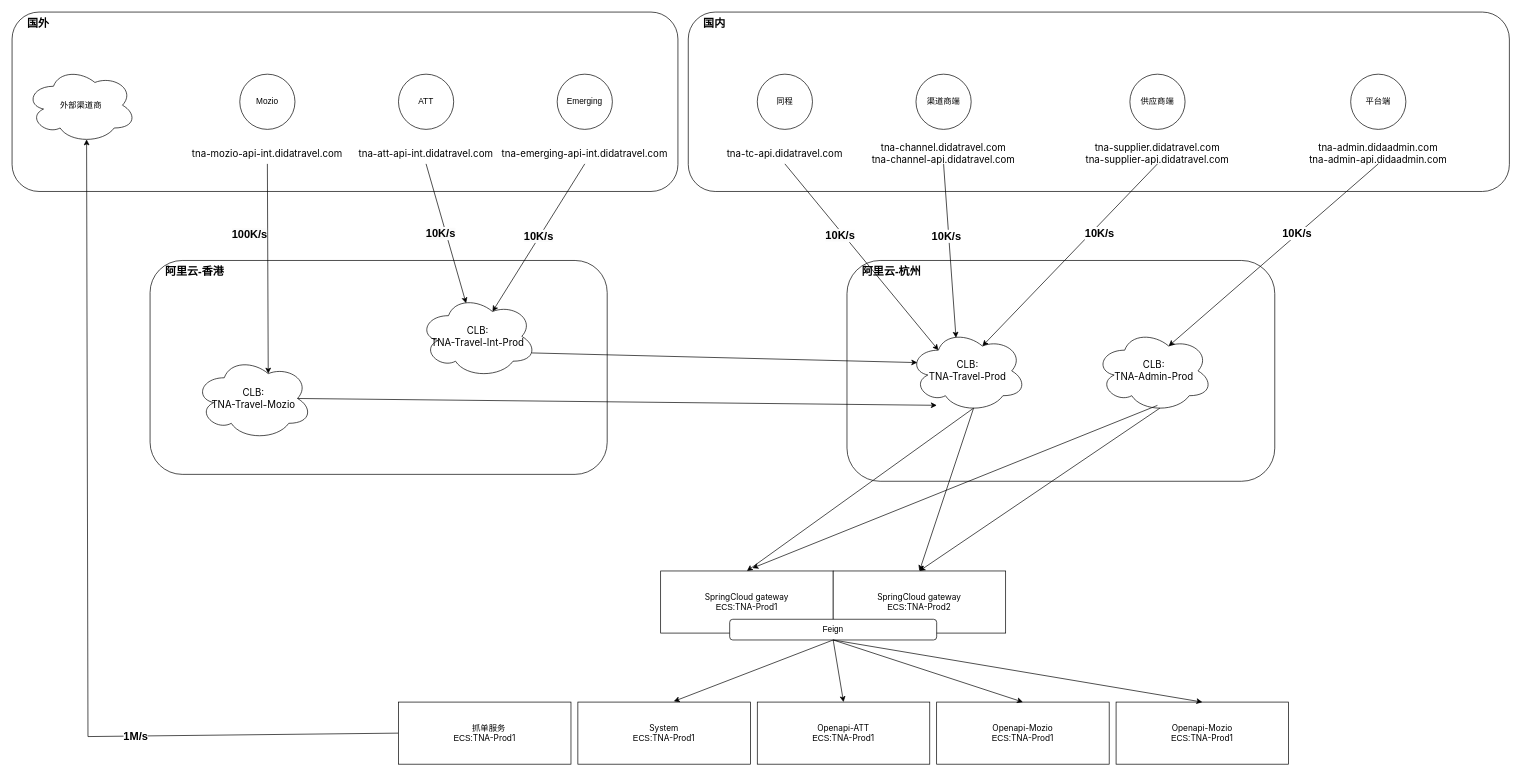
Earlier version of the draw.io diagram images/网络拓扑图.drawio (youngsapling/kappak). Source tidied: cells renumbered, new cells numbered last; positions are measured from the earlier drawing's top-left corner, leaving out a move shared by most shapes. Both pictures are drawn from the tidied source at 69%, with x=0, y=0 at pixel (12, 12).
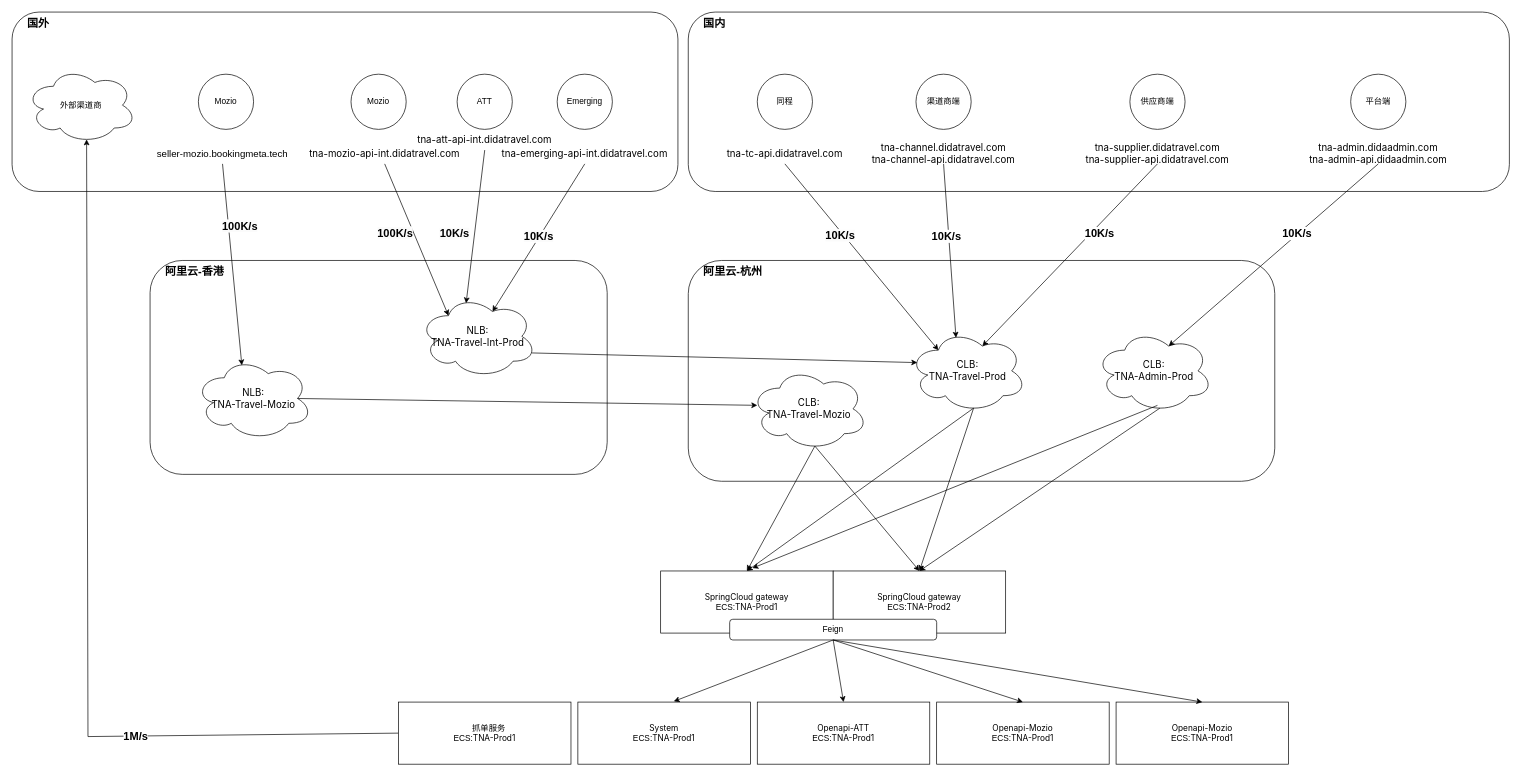
After the change.

Commit message:
更新网络拓扑图.drawio

Unchanged cells that the change refers to:
```xml
<mxCell id="33" value="&lt;div&gt;&lt;span style=&quot;font-family: -apple-system, BlinkMacSystemFont, &amp;quot;Segoe UI&amp;quot;, &amp;quot;PingFang SC&amp;quot;, &amp;quot;Hiragino Sans GB&amp;quot;, &amp;quot;Microsoft YaHei&amp;quot;, &amp;quot;Helvetica Neue&amp;quot;, Helvetica, Arial, sans-serif; text-align: start; white-space: pre;&quot;&gt;SpringCloud gateway&lt;/span&gt;&lt;br&gt;&lt;/div&gt;ECS:&lt;span style=&quot;font-family: -apple-system, BlinkMacSystemFont, &amp;quot;Segoe UI&amp;quot;, &amp;quot;PingFang SC&amp;quot;, &amp;quot;Hiragino Sans GB&amp;quot;, &amp;quot;Microsoft YaHei&amp;quot;, &amp;quot;Helvetica Neue&amp;quot;, Helvetica, Arial, sans-serif; text-align: start; white-space: pre;&quot;&gt;TNA-Prod1&lt;/span&gt;" style="rounded=0;whiteSpace=wrap;html=1;" parent="1" vertex="1">
  <mxGeometry x="940" y="810" width="250" height="90" as="geometry" />
</mxCell>
<mxCell id="34" value="&lt;div&gt;&lt;span style=&quot;font-family: -apple-system, BlinkMacSystemFont, &amp;quot;Segoe UI&amp;quot;, &amp;quot;PingFang SC&amp;quot;, &amp;quot;Hiragino Sans GB&amp;quot;, &amp;quot;Microsoft YaHei&amp;quot;, &amp;quot;Helvetica Neue&amp;quot;, Helvetica, Arial, sans-serif; text-align: start; white-space: pre;&quot;&gt;SpringCloud gateway&lt;/span&gt;&lt;br&gt;&lt;/div&gt;ECS:&lt;span style=&quot;font-family: -apple-system, BlinkMacSystemFont, &amp;quot;Segoe UI&amp;quot;, &amp;quot;PingFang SC&amp;quot;, &amp;quot;Hiragino Sans GB&amp;quot;, &amp;quot;Microsoft YaHei&amp;quot;, &amp;quot;Helvetica Neue&amp;quot;, Helvetica, Arial, sans-serif; text-align: start; white-space: pre;&quot;&gt;TNA-Prod2&lt;/span&gt;" style="rounded=0;whiteSpace=wrap;html=1;" parent="1" vertex="1">
  <mxGeometry x="1190" y="810" width="250" height="90" as="geometry" />
</mxCell>
```

What changed in the source:
```diff
@@
     <mxCell id="2" value="&lt;font style=&quot;font-size: 16px;&quot;&gt;&lt;b&gt;阿里云-杭州&lt;/b&gt;&lt;/font&gt;" style="rounded=1;whiteSpace=wrap;html=1;align=left;verticalAlign=top;spacingLeft=20;" parent="1" vertex="1">
-      <mxGeometry x="1210" y="360" width="620" height="320" as="geometry" />
+      <mxGeometry x="980" y="360" width="850" height="320" as="geometry" />
     </mxCell>
@@
     <mxCell id="6" value="Mozio" style="ellipse;whiteSpace=wrap;html=1;" parent="1" vertex="1">
-      <mxGeometry x="330" y="90" width="80" height="80" as="geometry" />
+      <mxGeometry x="491.2" y="90" width="80" height="80" as="geometry" />
     </mxCell>
     <mxCell id="7" value="ATT" style="ellipse;whiteSpace=wrap;html=1;" parent="1" vertex="1">
-      <mxGeometry x="560" y="90" width="80" height="80" as="geometry" />
+      <mxGeometry x="645" y="90" width="80" height="80" as="geometry" />
     </mxCell>
@@
     <mxCell id="18" value="&lt;div style=&quot;font-size: 14px;&quot;&gt;&lt;div style=&quot;white-space: pre;&quot;&gt;&lt;span style=&quot;font-family: MonospacedNumber, LarkHackSafariFont, LarkEmojiFont, LarkChineseQuote, -apple-system, BlinkMacSystemFont, &amp;quot;Helvetica Neue&amp;quot;, Tahoma, &amp;quot;PingFang SC&amp;quot;, &amp;quot;Microsoft Yahei&amp;quot;, Arial, &amp;quot;Hiragino Sans GB&amp;quot;, sans-serif, &amp;quot;Apple Color Emoji&amp;quot;, &amp;quot;Segoe UI Emoji&amp;quot;, &amp;quot;Segoe UI Symbol&amp;quot;, &amp;quot;Noto Color Emoji&amp;quot;; background-color: initial;&quot;&gt;tna-att-api-int&lt;/span&gt;&lt;span style=&quot;background-color: initial; font-family: MonospacedNumber, LarkHackSafariFont, LarkEmojiFont, LarkChineseQuote, -apple-system, BlinkMacSystemFont, &amp;quot;Helvetica Neue&amp;quot;, Tahoma, &amp;quot;PingFang SC&amp;quot;, &amp;quot;Microsoft Yahei&amp;quot;, Arial, &amp;quot;Hiragino Sans GB&amp;quot;, sans-serif, &amp;quot;Apple Color Emoji&amp;quot;, &amp;quot;Segoe UI Emoji&amp;quot;, &amp;quot;Segoe UI Symbol&amp;quot;, &amp;quot;Noto Color Emoji&amp;quot;;&quot;&gt;.&lt;/span&gt;&lt;span style=&quot;background-color: initial; font-family: MonospacedNumber, LarkHackSafariFont, LarkEmojiFont, LarkChineseQuote, -apple-system, BlinkMacSystemFont, &amp;quot;Helvetica Neue&amp;quot;, Tahoma, &amp;quot;PingFang SC&amp;quot;, &amp;quot;Microsoft Yahei&amp;quot;, Arial, &amp;quot;Hiragino Sans GB&amp;quot;, sans-serif, &amp;quot;Apple Color Emoji&amp;quot;, &amp;quot;Segoe UI Emoji&amp;quot;, &amp;quot;Segoe UI Symbol&amp;quot;, &amp;quot;Noto Color Emoji&amp;quot;;&quot;&gt;didatravel.com&lt;/span&gt;&lt;br&gt;&lt;/div&gt;&lt;/div&gt;" style="text;html=1;align=center;verticalAlign=middle;whiteSpace=wrap;rounded=0;" parent="1" vertex="1">
-      <mxGeometry x="495" y="190" width="210" height="30" as="geometry" />
+      <mxGeometry x="580" y="170" width="210" height="30" as="geometry" />
     </mxCell>
     <mxCell id="19" value="&lt;div style=&quot;font-size: 14px;&quot;&gt;&lt;div style=&quot;white-space: pre;&quot;&gt;&lt;span style=&quot;font-family: MonospacedNumber, LarkHackSafariFont, LarkEmojiFont, LarkChineseQuote, -apple-system, BlinkMacSystemFont, &amp;quot;Helvetica Neue&amp;quot;, Tahoma, &amp;quot;PingFang SC&amp;quot;, &amp;quot;Microsoft Yahei&amp;quot;, Arial, &amp;quot;Hiragino Sans GB&amp;quot;, sans-serif, &amp;quot;Apple Color Emoji&amp;quot;, &amp;quot;Segoe UI Emoji&amp;quot;, &amp;quot;Segoe UI Symbol&amp;quot;, &amp;quot;Noto Color Emoji&amp;quot;; background-color: initial;&quot;&gt;tna-mozio-api-int&lt;/span&gt;&lt;span style=&quot;background-color: initial; font-family: MonospacedNumber, LarkHackSafariFont, LarkEmojiFont, LarkChineseQuote, -apple-system, BlinkMacSystemFont, &amp;quot;Helvetica Neue&amp;quot;, Tahoma, &amp;quot;PingFang SC&amp;quot;, &amp;quot;Microsoft Yahei&amp;quot;, Arial, &amp;quot;Hiragino Sans GB&amp;quot;, sans-serif, &amp;quot;Apple Color Emoji&amp;quot;, &amp;quot;Segoe UI Emoji&amp;quot;, &amp;quot;Segoe UI Symbol&amp;quot;, &amp;quot;Noto Color Emoji&amp;quot;;&quot;&gt;.&lt;/span&gt;&lt;span style=&quot;background-color: initial; font-family: MonospacedNumber, LarkHackSafariFont, LarkEmojiFont, LarkChineseQuote, -apple-system, BlinkMacSystemFont, &amp;quot;Helvetica Neue&amp;quot;, Tahoma, &amp;quot;PingFang SC&amp;quot;, &amp;quot;Microsoft Yahei&amp;quot;, Arial, &amp;quot;Hiragino Sans GB&amp;quot;, sans-serif, &amp;quot;Apple Color Emoji&amp;quot;, &amp;quot;Segoe UI Emoji&amp;quot;, &amp;quot;Segoe UI Symbol&amp;quot;, &amp;quot;Noto Color Emoji&amp;quot;;&quot;&gt;didatravel.com&lt;/span&gt;&lt;br&gt;&lt;/div&gt;&lt;/div&gt;" style="text;html=1;align=center;verticalAlign=middle;whiteSpace=wrap;rounded=0;" parent="1" vertex="1">
-      <mxGeometry x="265" y="190" width="210" height="30" as="geometry" />
+      <mxGeometry x="435" y="190" width="210" height="30" as="geometry" />
     </mxCell>
@@
-    <mxCell id="22" value="&lt;div style=&quot;font-size: 14px;&quot;&gt;&lt;div style=&quot;white-space: pre;&quot;&gt;&lt;div&gt;&lt;div&gt;&lt;div&gt;&lt;span style=&quot;font-family: MonospacedNumber, LarkHackSafariFont, LarkEmojiFont, LarkChineseQuote, -apple-system, BlinkMacSystemFont, &amp;quot;Helvetica Neue&amp;quot;, Tahoma, &amp;quot;PingFang SC&amp;quot;, &amp;quot;Microsoft Yahei&amp;quot;, Arial, &amp;quot;Hiragino Sans GB&amp;quot;, sans-serif, &amp;quot;Apple Color Emoji&amp;quot;, &amp;quot;Segoe UI Emoji&amp;quot;, &amp;quot;Segoe UI Symbol&amp;quot;, &amp;quot;Noto Color Emoji&amp;quot;;&quot;&gt;CLB:&lt;/span&gt;&lt;/div&gt;&lt;div&gt;&lt;span style=&quot;font-family: MonospacedNumber, LarkHackSafariFont, LarkEmojiFont, LarkChineseQuote, -apple-system, BlinkMacSystemFont, &amp;quot;Helvetica Neue&amp;quot;, Tahoma, &amp;quot;PingFang SC&amp;quot;, &amp;quot;Microsoft Yahei&amp;quot;, Arial, &amp;quot;Hiragino Sans GB&amp;quot;, sans-serif, &amp;quot;Apple Color Emoji&amp;quot;, &amp;quot;Segoe UI Emoji&amp;quot;, &amp;quot;Segoe UI Symbol&amp;quot;, &amp;quot;Noto Color Emoji&amp;quot;;&quot;&gt;TNA-Travel-Int-Prod&lt;/span&gt;&lt;/div&gt;&lt;/div&gt;&lt;/div&gt;&lt;/div&gt;&lt;/div&gt;" style="ellipse;shape=cloud;whiteSpace=wrap;html=1;" parent="1" vertex="1">
+    <mxCell id="22" value="&lt;div style=&quot;font-size: 14px;&quot;&gt;&lt;div style=&quot;white-space: pre;&quot;&gt;&lt;div&gt;&lt;div&gt;&lt;div&gt;&lt;span style=&quot;font-family: MonospacedNumber, LarkHackSafariFont, LarkEmojiFont, LarkChineseQuote, -apple-system, BlinkMacSystemFont, &amp;quot;Helvetica Neue&amp;quot;, Tahoma, &amp;quot;PingFang SC&amp;quot;, &amp;quot;Microsoft Yahei&amp;quot;, Arial, &amp;quot;Hiragino Sans GB&amp;quot;, sans-serif, &amp;quot;Apple Color Emoji&amp;quot;, &amp;quot;Segoe UI Emoji&amp;quot;, &amp;quot;Segoe UI Symbol&amp;quot;, &amp;quot;Noto Color Emoji&amp;quot;;&quot;&gt;NLB:&lt;/span&gt;&lt;/div&gt;&lt;div&gt;&lt;span style=&quot;font-family: MonospacedNumber, LarkHackSafariFont, LarkEmojiFont, LarkChineseQuote, -apple-system, BlinkMacSystemFont, &amp;quot;Helvetica Neue&amp;quot;, Tahoma, &amp;quot;PingFang SC&amp;quot;, &amp;quot;Microsoft Yahei&amp;quot;, Arial, &amp;quot;Hiragino Sans GB&amp;quot;, sans-serif, &amp;quot;Apple Color Emoji&amp;quot;, &amp;quot;Segoe UI Emoji&amp;quot;, &amp;quot;Segoe UI Symbol&amp;quot;, &amp;quot;Noto Color Emoji&amp;quot;;&quot;&gt;TNA-Travel-Int-Prod&lt;/span&gt;&lt;/div&gt;&lt;/div&gt;&lt;/div&gt;&lt;/div&gt;&lt;/div&gt;" style="ellipse;shape=cloud;whiteSpace=wrap;html=1;" parent="1" vertex="1">
       <mxGeometry x="590" y="410" width="170" height="120" as="geometry" />
     </mxCell>
@@
-    <mxCell id="30" style="endArrow=classic;html=1;rounded=0;exitX=0.5;exitY=1;exitDx=0;exitDy=0;entryX=0.625;entryY=0.2;entryDx=0;entryDy=0;entryPerimeter=0;" parent="1" edge="1" source="19" target="32">
+    <mxCell id="30" style="endArrow=classic;html=1;rounded=0;exitX=0.5;exitY=1;exitDx=0;exitDy=0;entryX=0.25;entryY=0.25;entryDx=0;entryDy=0;entryPerimeter=0;" parent="1" edge="1" source="19" target="22">
       <mxGeometry relative="1" as="geometry" />
     </mxCell>
     <mxCell id="31" value="&lt;span style=&quot;font-size: 16px; text-wrap: wrap; background-color: rgb(251, 251, 251);&quot;&gt;100K/s&lt;/span&gt;" style="edgeLabel;html=1;align=center;verticalAlign=middle;fontSize=16;fontStyle=1;" parent="30" vertex="1">
       <mxGeometry x="-0.1" y="-3" relative="1" as="geometry">
-        <mxPoint x="-24" y="-36" as="offset" />
+        <mxPoint x="-24" as="offset" />
       </mxGeometry>
     </mxCell>
-    <mxCell id="32" value="&lt;div style=&quot;font-size: 14px;&quot;&gt;&lt;div style=&quot;white-space: pre;&quot;&gt;&lt;div&gt;&lt;div&gt;&lt;div&gt;&lt;span style=&quot;font-family: MonospacedNumber, LarkHackSafariFont, LarkEmojiFont, LarkChineseQuote, -apple-system, BlinkMacSystemFont, &amp;quot;Helvetica Neue&amp;quot;, Tahoma, &amp;quot;PingFang SC&amp;quot;, &amp;quot;Microsoft Yahei&amp;quot;, Arial, &amp;quot;Hiragino Sans GB&amp;quot;, sans-serif, &amp;quot;Apple Color Emoji&amp;quot;, &amp;quot;Segoe UI Emoji&amp;quot;, &amp;quot;Segoe UI Symbol&amp;quot;, &amp;quot;Noto Color Emoji&amp;quot;;&quot;&gt;CLB:&lt;/span&gt;&lt;/div&gt;&lt;div&gt;&lt;span style=&quot;font-family: MonospacedNumber, LarkHackSafariFont, LarkEmojiFont, LarkChineseQuote, -apple-system, BlinkMacSystemFont, &amp;quot;Helvetica Neue&amp;quot;, Tahoma, &amp;quot;PingFang SC&amp;quot;, &amp;quot;Microsoft Yahei&amp;quot;, Arial, &amp;quot;Hiragino Sans GB&amp;quot;, sans-serif, &amp;quot;Apple Color Emoji&amp;quot;, &amp;quot;Segoe UI Emoji&amp;quot;, &amp;quot;Segoe UI Symbol&amp;quot;, &amp;quot;Noto Color Emoji&amp;quot;;&quot;&gt;TNA-Travel-Mozio&lt;/span&gt;&lt;/div&gt;&lt;/div&gt;&lt;/div&gt;&lt;/div&gt;&lt;/div&gt;" style="ellipse;shape=cloud;whiteSpace=wrap;html=1;" parent="1" vertex="1">
+    <mxCell id="32" value="&lt;div style=&quot;font-size: 14px;&quot;&gt;&lt;div style=&quot;white-space: pre;&quot;&gt;&lt;div&gt;&lt;div&gt;&lt;div&gt;&lt;span style=&quot;font-family: MonospacedNumber, LarkHackSafariFont, LarkEmojiFont, LarkChineseQuote, -apple-system, BlinkMacSystemFont, &amp;quot;Helvetica Neue&amp;quot;, Tahoma, &amp;quot;PingFang SC&amp;quot;, &amp;quot;Microsoft Yahei&amp;quot;, Arial, &amp;quot;Hiragino Sans GB&amp;quot;, sans-serif, &amp;quot;Apple Color Emoji&amp;quot;, &amp;quot;Segoe UI Emoji&amp;quot;, &amp;quot;Segoe UI Symbol&amp;quot;, &amp;quot;Noto Color Emoji&amp;quot;;&quot;&gt;NLB:&lt;/span&gt;&lt;/div&gt;&lt;div&gt;&lt;span style=&quot;font-family: MonospacedNumber, LarkHackSafariFont, LarkEmojiFont, LarkChineseQuote, -apple-system, BlinkMacSystemFont, &amp;quot;Helvetica Neue&amp;quot;, Tahoma, &amp;quot;PingFang SC&amp;quot;, &amp;quot;Microsoft Yahei&amp;quot;, Arial, &amp;quot;Hiragino Sans GB&amp;quot;, sans-serif, &amp;quot;Apple Color Emoji&amp;quot;, &amp;quot;Segoe UI Emoji&amp;quot;, &amp;quot;Segoe UI Symbol&amp;quot;, &amp;quot;Noto Color Emoji&amp;quot;;&quot;&gt;TNA-Travel-Mozio&lt;/span&gt;&lt;/div&gt;&lt;/div&gt;&lt;/div&gt;&lt;/div&gt;&lt;/div&gt;" style="ellipse;shape=cloud;whiteSpace=wrap;html=1;" parent="1" vertex="1">
       <mxGeometry x="265" y="500" width="170" height="120" as="geometry" />
     </mxCell>
@@
-    <mxCell id="41" style="endArrow=classic;html=1;rounded=0;entryX=0.21;entryY=0.656;entryDx=0;entryDy=0;entryPerimeter=0;exitX=0.875;exitY=0.5;exitDx=0;exitDy=0;exitPerimeter=0;" parent="1" edge="1" source="32" target="2">
+    <mxCell id="41" style="endArrow=classic;html=1;rounded=0;entryX=0.059;entryY=0.458;entryDx=0;entryDy=0;entryPerimeter=0;exitX=0.875;exitY=0.5;exitDx=0;exitDy=0;exitPerimeter=0;" parent="1" edge="1" source="32" target="63">
       <mxGeometry relative="1" as="geometry" />
     </mxCell>
@@
     <mxCell id="44" value="&lt;span style=&quot;font-size: 16px; text-wrap: wrap; background-color: rgb(251, 251, 251);&quot;&gt;10K/s&lt;/span&gt;" style="edgeLabel;html=1;align=center;verticalAlign=middle;fontSize=16;fontStyle=1;" parent="1" vertex="1">
-      <mxGeometry x="620" y="320" as="geometry" />
+      <mxGeometry x="640" y="320" as="geometry" />
     </mxCell>
@@
+    <mxCell id="59" value="Mozio" style="ellipse;whiteSpace=wrap;html=1;" parent="1" vertex="1">
+      <mxGeometry x="270" y="90" width="80" height="80" as="geometry" />
+    </mxCell>
+    <mxCell id="60" value="&lt;div style=&quot;font-size: 14px;&quot;&gt;&lt;div style=&quot;white-space: pre;&quot;&gt;&lt;div&gt;&lt;span class=&quot;text-only&quot;&gt;seller-mozio.bookingmeta.tech&lt;/span&gt;&lt;/div&gt;&lt;/div&gt;&lt;/div&gt;" style="text;html=1;align=center;verticalAlign=middle;whiteSpace=wrap;rounded=0;" parent="1" vertex="1">
+      <mxGeometry x="200" y="190" width="210" height="30" as="geometry" />
+    </mxCell>
+    <mxCell id="61" style="endArrow=classic;html=1;rounded=0;exitX=0.5;exitY=1;exitDx=0;exitDy=0;entryX=0.4;entryY=0.1;entryDx=0;entryDy=0;entryPerimeter=0;" parent="1" edge="1" source="60" target="32">
+      <mxGeometry relative="1" as="geometry" />
+    </mxCell>
+    <mxCell id="62" value="&lt;span style=&quot;font-size: 16px; text-wrap: wrap; background-color: rgb(251, 251, 251);&quot;&gt;100K/s&lt;/span&gt;" style="edgeLabel;html=1;align=center;verticalAlign=middle;fontSize=16;fontStyle=1;" parent="61" vertex="1">
+      <mxGeometry x="-0.1" y="-3" relative="1" as="geometry">
+        <mxPoint x="15" y="-42" as="offset" />
+      </mxGeometry>
+    </mxCell>
+    <mxCell id="63" value="&lt;div style=&quot;font-size: 14px;&quot;&gt;&lt;div style=&quot;white-space: pre;&quot;&gt;&lt;div&gt;&lt;div&gt;&lt;span style=&quot;font-family: MonospacedNumber, LarkHackSafariFont, LarkEmojiFont, LarkChineseQuote, -apple-system, BlinkMacSystemFont, &amp;quot;Helvetica Neue&amp;quot;, Tahoma, &amp;quot;PingFang SC&amp;quot;, &amp;quot;Microsoft Yahei&amp;quot;, Arial, &amp;quot;Hiragino Sans GB&amp;quot;, sans-serif, &amp;quot;Apple Color Emoji&amp;quot;, &amp;quot;Segoe UI Emoji&amp;quot;, &amp;quot;Segoe UI Symbol&amp;quot;, &amp;quot;Noto Color Emoji&amp;quot;;&quot;&gt;CLB:&lt;/span&gt;&lt;/div&gt;&lt;div&gt;&lt;span style=&quot;font-family: MonospacedNumber, LarkHackSafariFont, LarkEmojiFont, LarkChineseQuote, -apple-system, BlinkMacSystemFont, &amp;quot;Helvetica Neue&amp;quot;, Tahoma, &amp;quot;PingFang SC&amp;quot;, &amp;quot;Microsoft Yahei&amp;quot;, Arial, &amp;quot;Hiragino Sans GB&amp;quot;, sans-serif, &amp;quot;Apple Color Emoji&amp;quot;, &amp;quot;Segoe UI Emoji&amp;quot;, &amp;quot;Segoe UI Symbol&amp;quot;, &amp;quot;Noto Color Emoji&amp;quot;;&quot;&gt;TNA-Travel-Mozio&lt;/span&gt;&lt;/div&gt;&lt;/div&gt;&lt;/div&gt;&lt;/div&gt;" style="ellipse;shape=cloud;whiteSpace=wrap;html=1;" parent="1" vertex="1">
+      <mxGeometry x="1070" y="515" width="170" height="120" as="geometry" />
+    </mxCell>
+    <mxCell id="64" style="endArrow=classic;html=1;rounded=0;exitX=0.55;exitY=0.95;exitDx=0;exitDy=0;exitPerimeter=0;entryX=0.5;entryY=0;entryDx=0;entryDy=0;" parent="1" edge="1" source="63" target="33">
+      <mxGeometry relative="1" as="geometry" />
+    </mxCell>
+    <mxCell id="65" style="endArrow=classic;html=1;rounded=0;exitX=0.55;exitY=0.95;exitDx=0;exitDy=0;exitPerimeter=0;entryX=0.5;entryY=0;entryDx=0;entryDy=0;" parent="1" edge="1" source="63" target="34">
+      <mxGeometry relative="1" as="geometry" />
+    </mxCell>
```
